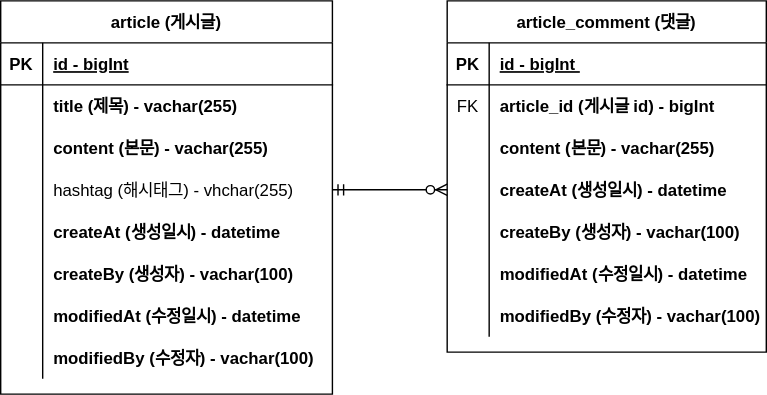
The draw.io diagram board/document/board-erd.svg in goodbyeyo/jpa-springboot, before a commit. Source tidied: cells renumbered, new cells last; positions are measured from the earlier drawing's top-left corner, leaving out a move shared by most shapes.
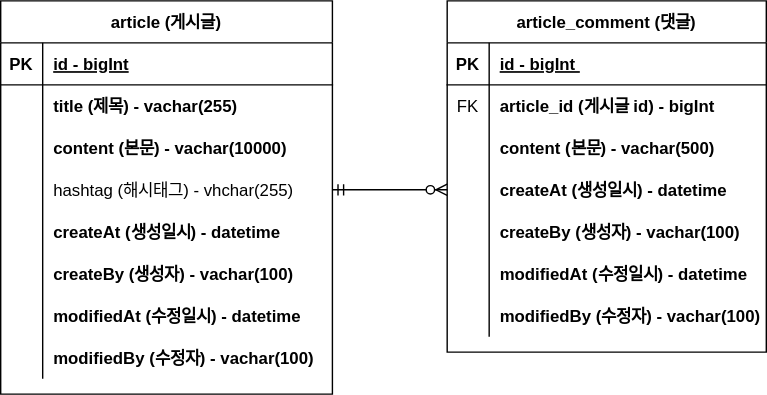
After the change.

Commit message:
#10 - ERD 수정 content size 변경

The edit, as a diff of the source:
```diff
@@ -29,7 +29,7 @@
     <mxCell id="10" style="shape=partialRectangle;overflow=hidden;fillColor=none;top=0;left=0;bottom=0;right=0;" parent="9" vertex="1">
       <mxGeometry width="30" height="30" as="geometry" />
     </mxCell>
-    <mxCell id="11" value="content (본문) - vachar(255)" style="shape=partialRectangle;overflow=hidden;fillColor=none;top=0;left=0;bottom=0;right=0;align=left;spacingLeft=6;fontStyle=1;" parent="9" vertex="1">
+    <mxCell id="11" value="content (본문) - vachar(10000)" style="shape=partialRectangle;overflow=hidden;fillColor=none;top=0;left=0;bottom=0;right=0;align=left;spacingLeft=6;fontStyle=1;" parent="9" vertex="1">
       <mxGeometry x="30" width="207" height="30" as="geometry" />
     </mxCell>
     <mxCell id="12" style="shape=partialRectangle;fillColor=none;points=[[0,0.5],[1,0.5]];portConstraint=eastwest;top=0;left=0;right=0;bottom=0;" parent="2" vertex="1">
@@ -104,7 +104,7 @@
     <mxCell id="35" style="shape=partialRectangle;overflow=hidden;fillColor=none;top=0;left=0;bottom=0;right=0;" parent="34" vertex="1">
       <mxGeometry width="30" height="30" as="geometry" />
     </mxCell>
-    <mxCell id="36" value="content (본문) - vachar(255)" style="shape=partialRectangle;overflow=hidden;fillColor=none;top=0;left=0;bottom=0;right=0;align=left;spacingLeft=6;fontStyle=1;" parent="34" vertex="1">
+    <mxCell id="36" value="content (본문) - vachar(500)" style="shape=partialRectangle;overflow=hidden;fillColor=none;top=0;left=0;bottom=0;right=0;align=left;spacingLeft=6;fontStyle=1;" parent="34" vertex="1">
       <mxGeometry x="30" width="198" height="30" as="geometry" />
     </mxCell>
     <mxCell id="37" style="shape=partialRectangle;fillColor=none;points=[[0,0.5],[1,0.5]];portConstraint=eastwest;top=0;left=0;right=0;bottom=0;" parent="27" vertex="1">
```
